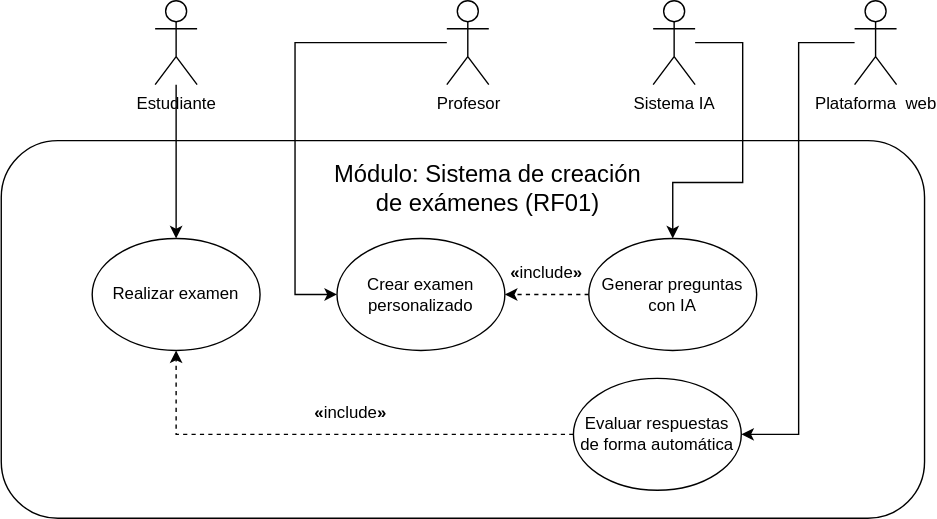
Earlier version of the draw.io export docs/diagrams/usecases/UCD-gestionDeExamenes.svg (Juanb7737/calificia). Source tidied: cells renumbered, new cells last; positions are measured from the earlier drawing's top-left corner, leaving out a move shared by most shapes.
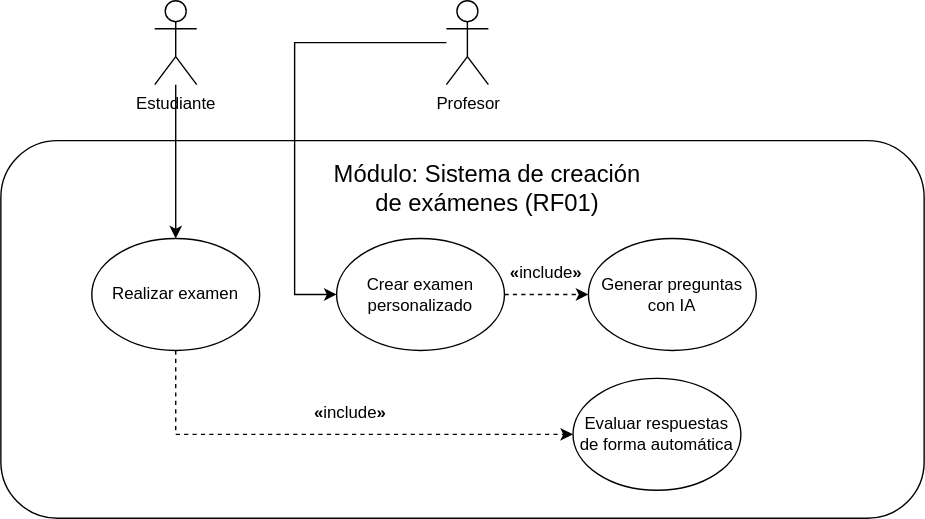
The same file after the commit.

The edit, as a diff of the source:
```diff
@@ -22,30 +22,10 @@
     <mxCell id="6" value="Estudiante" style="shape=umlActor;verticalLabelPosition=bottom;verticalAlign=top;html=1;" parent="1" vertex="1">
       <mxGeometry x="110" width="30" height="60" as="geometry" />
     </mxCell>
-    <mxCell id="7" style="edgeStyle=orthogonalEdgeStyle;rounded=0;jettySize=auto;html=1;entryX=1;entryY=0.5;entryDx=0;entryDy=0;" parent="1" edge="1" source="19" target="15">
-      <mxGeometry relative="1" as="geometry">
-        <Array as="points">
-          <mxPoint x="570" y="30" />
-          <mxPoint x="570" y="310" />
-        </Array>
-      </mxGeometry>
-    </mxCell>
-    <mxCell id="8" style="edgeStyle=orthogonalEdgeStyle;rounded=0;jettySize=auto;html=1;entryX=0.5;entryY=0;entryDx=0;entryDy=0;" parent="1" edge="1" source="9" target="12">
-      <mxGeometry relative="1" as="geometry">
-        <Array as="points">
-          <mxPoint x="530" y="30" />
-          <mxPoint x="530" y="130" />
-          <mxPoint x="480" y="130" />
-        </Array>
-      </mxGeometry>
-    </mxCell>
-    <mxCell id="9" value="Sistema IA" style="shape=umlActor;verticalLabelPosition=bottom;verticalAlign=top;html=1;" parent="1" vertex="1">
-      <mxGeometry x="466" width="30" height="60" as="geometry" />
-    </mxCell>
     <mxCell id="10" value="Crear examen personalizado" style="ellipse;whiteSpace=wrap;html=1;" parent="1" vertex="1">
       <mxGeometry x="240" y="170" width="120" height="80" as="geometry" />
     </mxCell>
-    <mxCell id="11" style="edgeStyle=orthogonalEdgeStyle;rounded=0;jettySize=auto;html=1;entryX=1;entryY=0.5;entryDx=0;entryDy=0;dashed=1;" parent="1" edge="1" source="12" target="10">
+    <mxCell id="11" style="edgeStyle=orthogonalEdgeStyle;rounded=0;jettySize=auto;html=1;dashed=1;exitX=1;exitY=0.5;exitDx=0;exitDy=0;" parent="1" edge="1" source="10" target="12">
       <mxGeometry relative="1" as="geometry" />
     </mxCell>
     <mxCell id="12" value="Generar preguntas con IA" style="ellipse;whiteSpace=wrap;html=1;" parent="1" vertex="1">
@@ -54,7 +34,7 @@
     <mxCell id="13" value="Realizar examen" style="ellipse;whiteSpace=wrap;html=1;" parent="1" vertex="1">
       <mxGeometry x="65" y="170" width="120" height="80" as="geometry" />
     </mxCell>
-    <mxCell id="14" style="edgeStyle=orthogonalEdgeStyle;rounded=0;jettySize=auto;html=1;exitX=0;exitY=0.5;exitDx=0;exitDy=0;entryX=0.5;entryY=1;entryDx=0;entryDy=0;dashed=1;" parent="1" edge="1" source="15" target="13">
+    <mxCell id="14" style="edgeStyle=orthogonalEdgeStyle;rounded=0;jettySize=auto;html=1;exitX=0.5;exitY=1;exitDx=0;exitDy=0;entryX=0;entryY=0.5;entryDx=0;entryDy=0;dashed=1;" parent="1" edge="1" source="13" target="15">
       <mxGeometry relative="1" as="geometry" />
     </mxCell>
     <mxCell id="15" value="Evaluar respuestas de forma automática" style="ellipse;whiteSpace=wrap;html=1;" parent="1" vertex="1">
@@ -69,8 +49,5 @@
     <mxCell id="18" value="&lt;span id=&quot;columnas_especial&quot;&gt;&lt;strong&gt;«&lt;/strong&gt;&lt;/span&gt;include&lt;strong&gt;»&lt;/strong&gt;" style="text;html=1;align=center;verticalAlign=middle;whiteSpace=wrap;rounded=0;" parent="1" vertex="1">
       <mxGeometry x="220" y="280" width="60" height="30" as="geometry" />
     </mxCell>
-    <mxCell id="19" value="Plataforma&amp;nbsp; web" style="shape=umlActor;verticalLabelPosition=bottom;verticalAlign=top;html=1;" parent="1" vertex="1">
-      <mxGeometry x="610" width="30" height="60" as="geometry" />
-    </mxCell>
   </root>
 </mxGraphModel>
```
